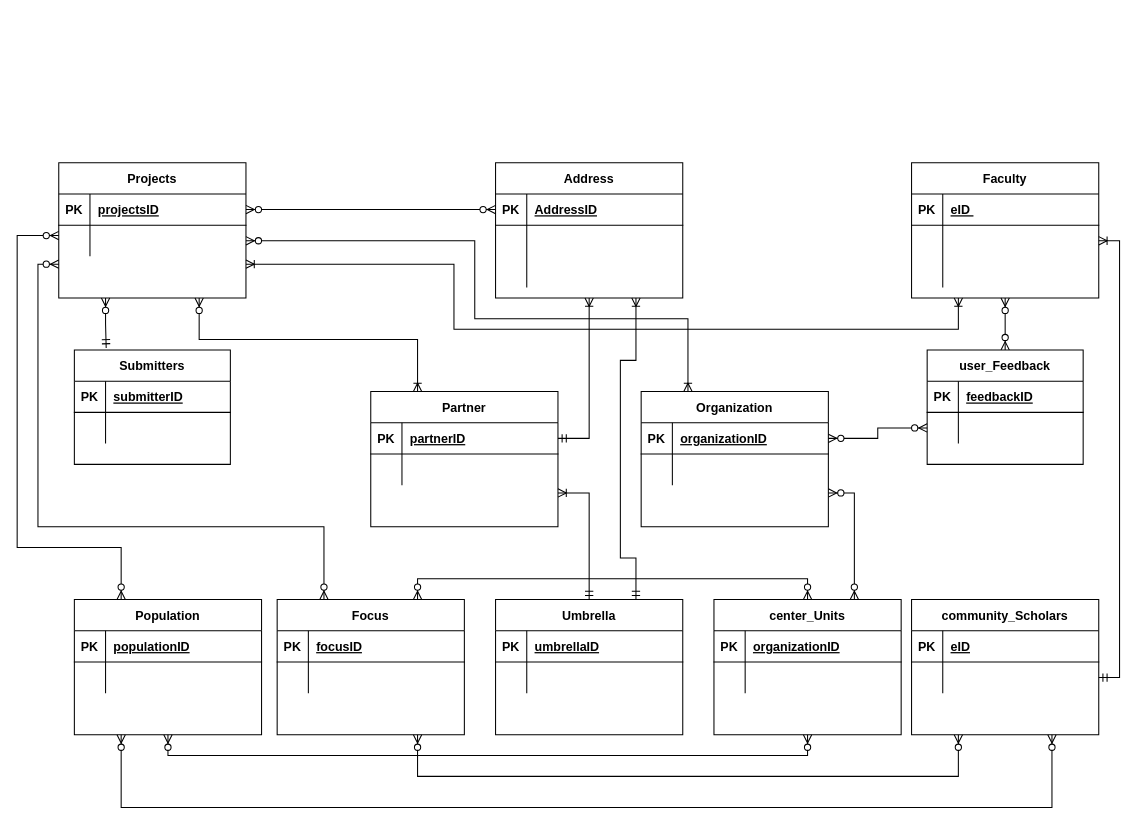
Before: ERD_more.drawio in brianferrell787/ERdiagram, a draw.io diagram. Source tidied: cells renumbered, new cells numbered last; positions are measured from the earlier drawing's top-left corner, leaving out a move shared by most shapes. Both pictures are drawn from the tidied source at 104%, with x=0, y=0 at pixel (17, 162).
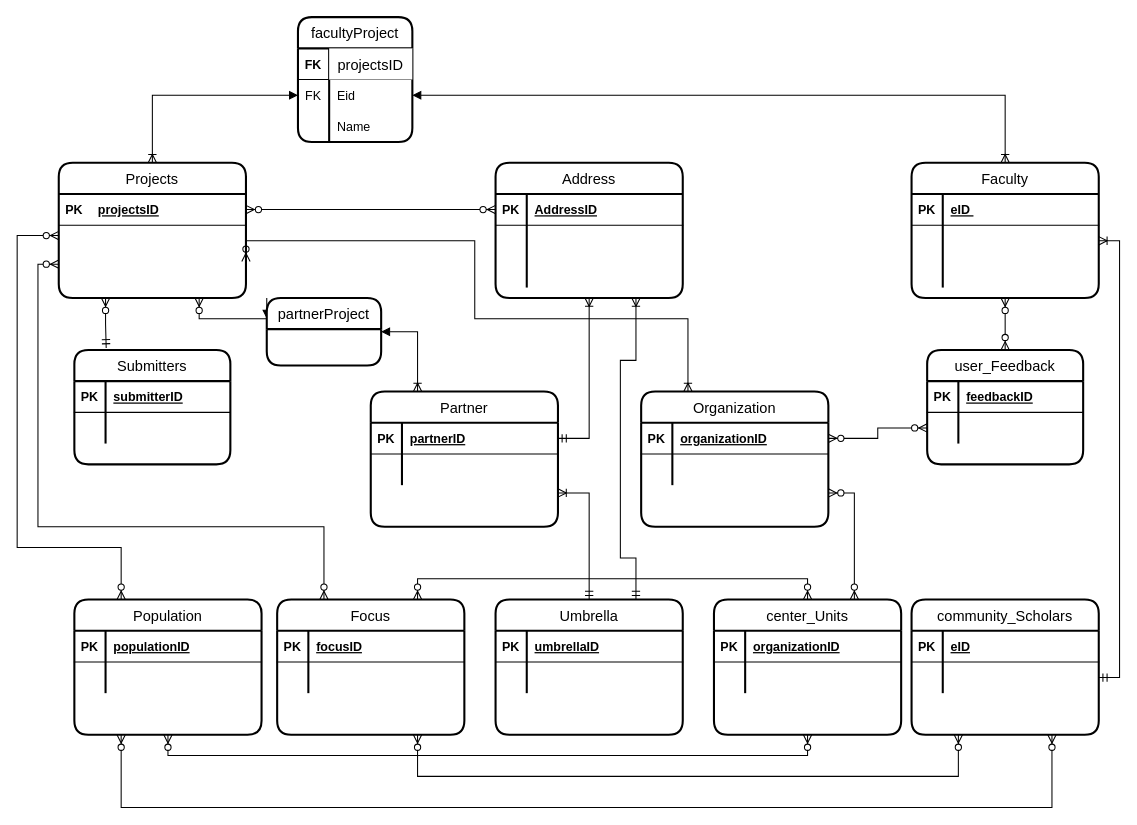
The same diagram, later.

Diff of the diagram source:
```diff
@@
-    <mxCell id="3" value="Partner" style="shape=table;startSize=30;childLayout=tableLayout;rowLines=0;fontStyle=1;align=center;" parent="1" vertex="1">
+    <mxCell id="3" value="Partner" style="shape=table;startSize=30;childLayout=tableLayout;rowLines=0;fontStyle=0;align=center;rounded=1;shadow=0;dashed=0;fontSize=14;strokeWidth=2;" parent="1" vertex="1">
       <mxGeometry x="340" y="220" width="180" height="130" as="geometry" />
     </mxCell>
@@
-    <mxCell id="10" value="Organization" style="shape=table;startSize=30;childLayout=tableLayout;rowLines=0;fontStyle=1;align=center;" parent="1" vertex="1">
+    <mxCell id="10" value="Organization" style="shape=table;startSize=30;childLayout=tableLayout;rowLines=0;fontStyle=0;align=center;rounded=1;shadow=0;dashed=0;fontSize=14;strokeWidth=2;" parent="1" vertex="1">
       <mxGeometry x="600" y="220" width="180" height="130" as="geometry" />
     </mxCell>
@@
-    <mxCell id="18" value="Address" style="shape=table;startSize=30;childLayout=tableLayout;rowLines=0;fontStyle=1;align=center;" parent="1" vertex="1">
+    <mxCell id="18" value="Address" style="shape=table;startSize=30;childLayout=tableLayout;rowLines=0;fontStyle=0;align=center;rounded=1;shadow=0;dashed=0;fontSize=14;strokeWidth=2;" parent="1" vertex="1">
       <mxGeometry x="460" width="180" height="130" as="geometry" />
     </mxCell>
@@
-    <mxCell id="32" style="edgeStyle=orthogonalEdgeStyle;rounded=0;jettySize=auto;html=1;exitX=0.75;exitY=1;exitDx=0;exitDy=0;entryX=0.25;entryY=0;entryDx=0;entryDy=0;startArrow=ERzeroToMany;startFill=1;endArrow=ERoneToMany;endFill=0;" parent="1" edge="1" source="33" target="3">
+    <mxCell id="32" style="edgeStyle=orthogonalEdgeStyle;rounded=0;jettySize=auto;html=1;exitX=1;exitY=0.5;exitDx=0;exitDy=0;entryX=0.25;entryY=0;entryDx=0;entryDy=0;startArrow=block;startFill=1;endArrow=ERoneToMany;endFill=0;" parent="1" edge="1" source="112" target="3">
       <mxGeometry relative="1" as="geometry">
         <Array as="points">
-          <mxPoint x="175" y="170" />
-          <mxPoint x="385" y="170" />
+          <mxPoint x="385" y="163" />
         </Array>
       </mxGeometry>
     </mxCell>
-    <mxCell id="33" value="Projects" style="shape=table;startSize=30;childLayout=tableLayout;rowLines=0;fontStyle=1;align=center;" parent="1" vertex="1">
+    <mxCell id="33" value="Projects" style="swimlane;horizontal=1;startSize=30;rounded=1;fontSize=14;fontStyle=0;strokeWidth=2;shadow=0;dashed=0;align=center;" parent="1" vertex="1">
       <mxGeometry x="40" width="180" height="130" as="geometry" />
     </mxCell>
@@
     <mxCell id="37" style="shape=partialRectangle;fillColor=none;points=[[0,0.5],[1,0.5]];portConstraint=eastwest;top=0;left=0;right=0;bottom=0;" parent="33" vertex="1">
-      <mxGeometry y="60" width="180" height="30" as="geometry" />
+      <mxGeometry y="60" width="180" height="70" as="geometry" />
     </mxCell>
@@
-    <mxCell id="41" style="edgeStyle=orthogonalEdgeStyle;rounded=0;jettySize=auto;html=1;exitX=0.25;exitY=1;exitDx=0;exitDy=0;entryX=1;entryY=0.75;entryDx=0;entryDy=0;startArrow=ERoneToMany;startFill=0;endArrow=ERoneToMany;endFill=0;" parent="1" edge="1" source="42" target="33">
+    <mxCell id="41" style="edgeStyle=orthogonalEdgeStyle;rounded=0;jettySize=auto;html=1;exitX=0;exitY=0.5;exitDx=0;exitDy=0;entryX=0.5;entryY=0;entryDx=0;entryDy=0;startArrow=block;startFill=1;endArrow=ERoneToMany;endFill=0;" parent="1" edge="1" source="117" target="33">
       <mxGeometry relative="1" as="geometry">
         <Array as="points">
-          <mxPoint x="905" y="160" />
-          <mxPoint x="420" y="160" />
-          <mxPoint x="420" y="98" />
+          <mxPoint x="130" y="-65" />
         </Array>
       </mxGeometry>
     </mxCell>
-    <mxCell id="42" value="Faculty" style="shape=table;startSize=30;childLayout=tableLayout;rowLines=0;fontStyle=1;align=center;" parent="1" vertex="1">
+    <mxCell id="42" value="Faculty" style="shape=table;startSize=30;childLayout=tableLayout;rowLines=0;fontStyle=0;align=center;rounded=1;shadow=0;dashed=0;fontSize=14;strokeWidth=2;" parent="1" vertex="1">
       <mxGeometry x="860" width="180" height="130" as="geometry" />
     </mxCell>
@@
-    <mxCell id="52" value="Population" style="shape=table;startSize=30;childLayout=tableLayout;rowLines=0;fontStyle=1;align=center;" parent="1" vertex="1">
+    <mxCell id="52" value="Population" style="shape=table;startSize=30;childLayout=tableLayout;rowLines=0;fontStyle=0;align=center;rounded=1;shadow=0;dashed=0;fontSize=14;strokeWidth=2;" parent="1" vertex="1">
       <mxGeometry x="55" y="420" width="180" height="130" as="geometry" />
     </mxCell>
@@
-    <mxCell id="61" value="community_Scholars" style="shape=table;startSize=30;childLayout=tableLayout;rowLines=0;fontStyle=1;align=center;" parent="1" vertex="1">
+    <mxCell id="61" value="community_Scholars" style="shape=table;startSize=30;childLayout=tableLayout;rowLines=0;fontStyle=0;align=center;rounded=1;shadow=0;dashed=0;fontSize=14;strokeWidth=2;" parent="1" vertex="1">
       <mxGeometry x="860" y="420" width="180" height="130" as="geometry" />
     </mxCell>
@@
-    <mxCell id="69" value="user_Feedback" style="shape=table;startSize=30;childLayout=tableLayout;rowLines=0;fontStyle=1;align=center;" parent="1" vertex="1">
+    <mxCell id="69" value="user_Feedback" style="shape=table;startSize=30;childLayout=tableLayout;rowLines=0;fontStyle=0;align=center;rounded=1;shadow=0;dashed=0;fontSize=14;strokeWidth=2;" parent="1" vertex="1">
       <mxGeometry x="875" y="180" width="150" height="110" as="geometry" />
     </mxCell>
@@
-    <mxCell id="76" value="Submitters" style="shape=table;startSize=30;childLayout=tableLayout;rowLines=0;fontStyle=1;align=center;" parent="1" vertex="1">
+    <mxCell id="76" value="Submitters" style="shape=table;startSize=30;childLayout=tableLayout;rowLines=0;fontStyle=0;align=center;rounded=1;shadow=0;dashed=0;fontSize=14;strokeWidth=2;" parent="1" vertex="1">
       <mxGeometry x="55" y="180" width="150" height="110" as="geometry" />
     </mxCell>
@@
-    <mxCell id="85" value="center_Units" style="shape=table;startSize=30;childLayout=tableLayout;rowLines=0;fontStyle=1;align=center;" parent="1" vertex="1">
+    <mxCell id="85" value="center_Units" style="shape=table;startSize=30;childLayout=tableLayout;rowLines=0;fontStyle=0;align=center;rounded=1;shadow=0;dashed=0;fontSize=14;strokeWidth=2;" parent="1" vertex="1">
       <mxGeometry x="670" y="420" width="180" height="130" as="geometry" />
     </mxCell>
@@
-    <mxCell id="93" value="Focus" style="shape=table;startSize=30;childLayout=tableLayout;rowLines=0;fontStyle=1;align=center;" parent="1" vertex="1">
+    <mxCell id="93" value="Focus" style="shape=table;startSize=30;childLayout=tableLayout;rowLines=0;fontStyle=0;align=center;rounded=1;shadow=0;dashed=0;fontSize=14;strokeWidth=2;" parent="1" vertex="1">
       <mxGeometry x="250" y="420" width="180" height="130" as="geometry" />
     </mxCell>
@@
-    <mxCell id="101" value="Umbrella" style="shape=table;startSize=30;childLayout=tableLayout;rowLines=0;fontStyle=1;align=center;" parent="1" vertex="1">
+    <mxCell id="101" value="Umbrella" style="shape=table;startSize=30;childLayout=tableLayout;rowLines=0;fontStyle=0;align=center;rounded=1;shadow=0;dashed=0;fontSize=14;strokeWidth=2;" parent="1" vertex="1">
       <mxGeometry x="460" y="420" width="180" height="130" as="geometry" />
     </mxCell>
@@
+    <mxCell id="110" style="edgeStyle=orthogonalEdgeStyle;rounded=0;jettySize=auto;html=1;exitX=0.5;exitY=0;exitDx=0;exitDy=0;entryX=1;entryY=0.5;entryDx=0;entryDy=0;startArrow=ERoneToMany;startFill=0;endArrow=block;endFill=1;" parent="1" edge="1" source="42" target="117">
+      <mxGeometry relative="1" as="geometry">
+        <Array as="points">
+          <mxPoint x="950" y="-65" />
+        </Array>
+      </mxGeometry>
+    </mxCell>
+    <mxCell id="111" style="edgeStyle=orthogonalEdgeStyle;rounded=0;jettySize=auto;html=1;exitX=0.75;exitY=1;exitDx=0;exitDy=0;entryX=0.25;entryY=0;entryDx=0;entryDy=0;startArrow=ERzeroToMany;startFill=1;endArrow=block;endFill=1;" parent="1" edge="1" source="33">
+      <mxGeometry relative="1" as="geometry">
+        <mxPoint x="240" y="150" as="targetPoint" />
+      </mxGeometry>
+    </mxCell>
+    <mxCell id="112" value="partnerProject" style="swimlane;horizontal=1;startSize=30;rounded=1;fontSize=14;fontStyle=0;strokeWidth=2;shadow=0;dashed=0;align=center;" parent="1" vertex="1">
+      <mxGeometry x="240" y="130" width="110" height="65" as="geometry" />
+    </mxCell>
+    <mxCell id="113" value="facultyProject" style="shape=table;startSize=30;childLayout=tableLayout;rowLines=0;fontStyle=0;align=center;rounded=1;shadow=0;dashed=0;fontSize=14;strokeWidth=2;" parent="1" vertex="1">
+      <mxGeometry x="270" y="-140" width="110" height="120" as="geometry" />
+    </mxCell>
+    <mxCell id="114" style="shape=partialRectangle;fillColor=none;top=0;left=0;right=0;bottom=1;" parent="113" vertex="1">
+      <mxGeometry y="30" width="110" height="30" as="geometry" />
+    </mxCell>
+    <mxCell id="115" value="FK" style="shape=partialRectangle;overflow=hidden;fillColor=none;top=0;left=0;bottom=0;right=0;fontStyle=1;" parent="114" vertex="1">
+      <mxGeometry width="30" height="30" as="geometry" />
+    </mxCell>
+    <mxCell id="116" value="projectsID" style="shape=partialRectangle;overflow=hidden;fillColor=#ffffff;top=0;left=0;bottom=0;right=0;align=center;fontStyle=0;rounded=1;shadow=0;dashed=0;fontSize=14;strokeWidth=2;startSize=30;" parent="114" vertex="1">
+      <mxGeometry x="30" width="80" height="30" as="geometry" />
+    </mxCell>
+    <mxCell id="117" style="shape=partialRectangle;fillColor=none;points=[[0,0.5],[1,0.5]];portConstraint=eastwest;top=0;left=0;right=0;bottom=0;" parent="113" vertex="1">
+      <mxGeometry y="60" width="110" height="30" as="geometry" />
+    </mxCell>
+    <mxCell id="118" value="FK" style="shape=partialRectangle;overflow=hidden;fillColor=none;top=0;left=0;bottom=0;right=0;" parent="117" vertex="1">
+      <mxGeometry width="30" height="30" as="geometry" />
+    </mxCell>
+    <mxCell id="119" value="Eid" style="shape=partialRectangle;overflow=hidden;fillColor=none;top=0;left=0;bottom=0;right=0;align=left;spacingLeft=6;" parent="117" vertex="1">
+      <mxGeometry x="30" width="80" height="30" as="geometry" />
+    </mxCell>
+    <mxCell id="120" style="shape=partialRectangle;fillColor=none;top=0;left=0;right=0;bottom=0;" parent="113" vertex="1">
+      <mxGeometry y="90" width="110" height="30" as="geometry" />
+    </mxCell>
+    <mxCell id="121" style="shape=partialRectangle;overflow=hidden;fillColor=none;top=0;left=0;bottom=0;right=0;" parent="120" vertex="1">
+      <mxGeometry width="30" height="30" as="geometry" />
+    </mxCell>
+    <mxCell id="122" value="Name" style="shape=partialRectangle;overflow=hidden;fillColor=none;top=0;left=0;bottom=0;right=0;align=left;spacingLeft=6;" parent="120" vertex="1">
+      <mxGeometry x="30" width="80" height="30" as="geometry" />
+    </mxCell>
```
